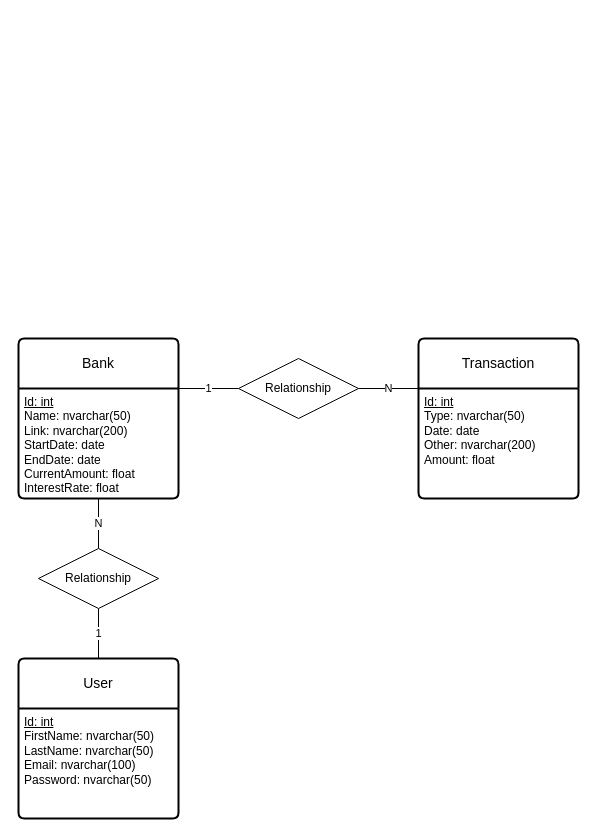
Above: Draw.io/Database_Schema.drawio in LukasTrust/rust_financial_manager (draw.io), before the change. Source tidied: cells renumbered, new cells numbered last; positions are measured from the earlier drawing's top-left corner, leaving out a move shared by most shapes. Both pictures are drawn from the tidied source at 100%, with x=0, y=0 at pixel (18, 338).
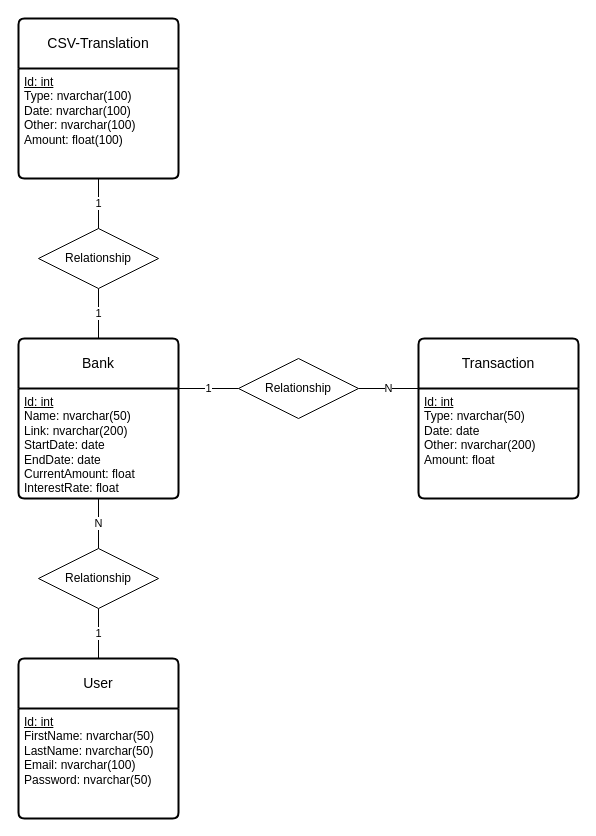
The same page after the edit.

The edit, as a diff of the source:
```diff
@@
 <mxGraphModel>
   <root>
     <mxCell id="0" />
     <mxCell id="1" parent="0" />
     <mxCell id="2" style="shape=partialRectangle;fillColor=none;top=0;left=0;bottom=0;right=0;overflow=hidden;whiteSpace=wrap;html=1;" parent="1" vertex="1">
       <mxGeometry x="10" y="130" width="30" height="30" as="geometry" />
     </mxCell>
     <mxCell id="3" value="Bank" style="swimlane;horizontal=1;startSize=50;rounded=1;fontSize=14;fontStyle=0;strokeWidth=2;shadow=0;dashed=0;align=center;arcSize=4;whiteSpace=wrap;html=1;" parent="1" vertex="1">
       <mxGeometry width="160" height="160" as="geometry" />
     </mxCell>
     <mxCell id="4" value="&lt;u&gt;Id: int&lt;/u&gt;&lt;div&gt;Name: nvarchar(50)&lt;/div&gt;&lt;div&gt;Link: nvarchar(200)&lt;/div&gt;&lt;div&gt;StartDate: date&lt;/div&gt;&lt;div&gt;EndDate: date&lt;/div&gt;&lt;div&gt;CurrentAmount: float&lt;/div&gt;&lt;div&gt;InterestRate: float&lt;br&gt;&lt;/div&gt;" style="align=left;strokeColor=none;fillColor=none;spacingLeft=4;fontSize=12;verticalAlign=top;html=1;" parent="3" vertex="1">
       <mxGeometry y="50" width="160" height="110" as="geometry" />
     </mxCell>
     <mxCell id="5" value="Transaction" style="swimlane;horizontal=1;startSize=50;rounded=1;fontSize=14;fontStyle=0;strokeWidth=2;shadow=0;dashed=0;align=center;arcSize=4;whiteSpace=wrap;html=1;" parent="1" vertex="1">
       <mxGeometry x="400" width="160" height="160" as="geometry" />
     </mxCell>
     <mxCell id="6" value="&lt;u&gt;Id: int&lt;/u&gt;&lt;div&gt;Type: nvarchar(50)&lt;/div&gt;&lt;div&gt;Date: date&lt;/div&gt;&lt;div&gt;Other: nvarchar(200)&lt;/div&gt;&lt;div&gt;Amount: float&lt;/div&gt;&lt;div&gt;&lt;br&gt;&lt;/div&gt;" style="align=left;strokeColor=none;fillColor=none;spacingLeft=4;fontSize=12;verticalAlign=top;html=1;" parent="5" vertex="1">
       <mxGeometry y="50" width="160" height="110" as="geometry" />
     </mxCell>
     <mxCell id="7" value="N" style="edgeStyle=none;shape=connector;rounded=0;jettySize=auto;html=1;exitX=1;exitY=0.5;exitDx=0;exitDy=0;entryX=0;entryY=0;entryDx=0;entryDy=0;strokeColor=default;align=center;verticalAlign=middle;fontFamily=Helvetica;fontSize=11;fontColor=default;labelBackgroundColor=default;endArrow=none;endFill=0;" parent="1" edge="1" source="8" target="6">
       <mxGeometry relative="1" as="geometry" />
     </mxCell>
     <mxCell id="8" value="Relationship" style="shape=rhombus;perimeter=rhombusPerimeter;whiteSpace=wrap;html=1;align=center;" parent="1" vertex="1">
       <mxGeometry x="220" y="20" width="120" height="60" as="geometry" />
     </mxCell>
     <mxCell id="9" value="1" style="edgeStyle=none;shape=connector;rounded=0;jettySize=auto;html=1;exitX=1;exitY=0;exitDx=0;exitDy=0;entryX=0;entryY=0.5;entryDx=0;entryDy=0;strokeColor=default;align=center;verticalAlign=middle;fontFamily=Helvetica;fontSize=11;fontColor=default;labelBackgroundColor=default;endArrow=none;endFill=0;" parent="1" edge="1" source="4" target="8">
       <mxGeometry relative="1" as="geometry" />
     </mxCell>
     <mxCell id="10" value="1" style="edgeStyle=orthogonalEdgeStyle;rounded=0;jettySize=auto;html=1;exitX=0.5;exitY=0;exitDx=0;exitDy=0;entryX=0.5;entryY=1;entryDx=0;entryDy=0;endArrow=none;endFill=0;" parent="1" edge="1" source="11" target="14">
       <mxGeometry relative="1" as="geometry" />
     </mxCell>
     <mxCell id="11" value="User" style="swimlane;horizontal=1;startSize=50;rounded=1;fontSize=14;fontStyle=0;strokeWidth=2;shadow=0;dashed=0;align=center;arcSize=4;whiteSpace=wrap;html=1;" parent="1" vertex="1">
       <mxGeometry y="320" width="160" height="160" as="geometry" />
     </mxCell>
     <mxCell id="12" value="&lt;u&gt;Id: int&lt;/u&gt;&lt;div&gt;FirstName: nvarchar(50)&lt;/div&gt;&lt;div&gt;LastName: nvarchar(50)&lt;/div&gt;&lt;div&gt;Email: nvarchar(100)&lt;/div&gt;&lt;div&gt;Password: nvarchar(50)&lt;/div&gt;" style="align=left;strokeColor=none;fillColor=none;spacingLeft=4;fontSize=12;verticalAlign=top;html=1;" parent="11" vertex="1">
       <mxGeometry y="50" width="160" height="110" as="geometry" />
     </mxCell>
     <mxCell id="13" value="N" style="edgeStyle=orthogonalEdgeStyle;shape=connector;rounded=0;jettySize=auto;html=1;exitX=0.5;exitY=0;exitDx=0;exitDy=0;entryX=0.5;entryY=1;entryDx=0;entryDy=0;strokeColor=default;align=center;verticalAlign=middle;fontFamily=Helvetica;fontSize=11;fontColor=default;labelBackgroundColor=default;endArrow=none;endFill=0;" parent="1" edge="1" source="14" target="4">
       <mxGeometry relative="1" as="geometry" />
     </mxCell>
     <mxCell id="14" value="Relationship" style="shape=rhombus;perimeter=rhombusPerimeter;whiteSpace=wrap;html=1;align=center;" parent="1" vertex="1">
       <mxGeometry x="20" y="210" width="120" height="60" as="geometry" />
     </mxCell>
+    <mxCell id="15" value="CSV-Translation" style="swimlane;horizontal=1;startSize=50;rounded=1;fontSize=14;fontStyle=0;strokeWidth=2;shadow=0;dashed=0;align=center;arcSize=4;whiteSpace=wrap;html=1;" parent="1" vertex="1">
+      <mxGeometry y="-320" width="160" height="160" as="geometry" />
+    </mxCell>
+    <mxCell id="16" value="&lt;u&gt;Id: int&lt;/u&gt;&lt;div&gt;Type: nvarchar(100)&lt;/div&gt;&lt;div&gt;Date: nvarchar(100)&lt;/div&gt;&lt;div&gt;Other: nvarchar(100)&lt;/div&gt;&lt;div&gt;Amount: float(100)&lt;/div&gt;" style="align=left;strokeColor=none;fillColor=none;spacingLeft=4;fontSize=12;verticalAlign=top;html=1;" parent="15" vertex="1">
+      <mxGeometry y="50" width="160" height="110" as="geometry" />
+    </mxCell>
+    <mxCell id="17" value="1" style="edgeStyle=none;shape=connector;rounded=0;jettySize=auto;html=1;exitX=0.5;exitY=1;exitDx=0;exitDy=0;entryX=0.5;entryY=0;entryDx=0;entryDy=0;strokeColor=default;align=center;verticalAlign=middle;fontFamily=Helvetica;fontSize=11;fontColor=default;labelBackgroundColor=default;endArrow=none;endFill=0;" parent="1" edge="1" source="18" target="3">
+      <mxGeometry relative="1" as="geometry" />
+    </mxCell>
+    <mxCell id="18" value="Relationship" style="shape=rhombus;perimeter=rhombusPerimeter;whiteSpace=wrap;html=1;align=center;" parent="1" vertex="1">
+      <mxGeometry x="20" y="-110" width="120" height="60" as="geometry" />
+    </mxCell>
+    <mxCell id="19" value="1" style="edgeStyle=none;shape=connector;rounded=0;jettySize=auto;html=1;exitX=0.5;exitY=1;exitDx=0;exitDy=0;entryX=0.5;entryY=0;entryDx=0;entryDy=0;strokeColor=default;align=center;verticalAlign=middle;fontFamily=Helvetica;fontSize=11;fontColor=default;labelBackgroundColor=default;endArrow=none;endFill=0;" parent="1" edge="1" source="16" target="18">
+      <mxGeometry relative="1" as="geometry" />
+    </mxCell>
   </root>
 </mxGraphModel>
```
